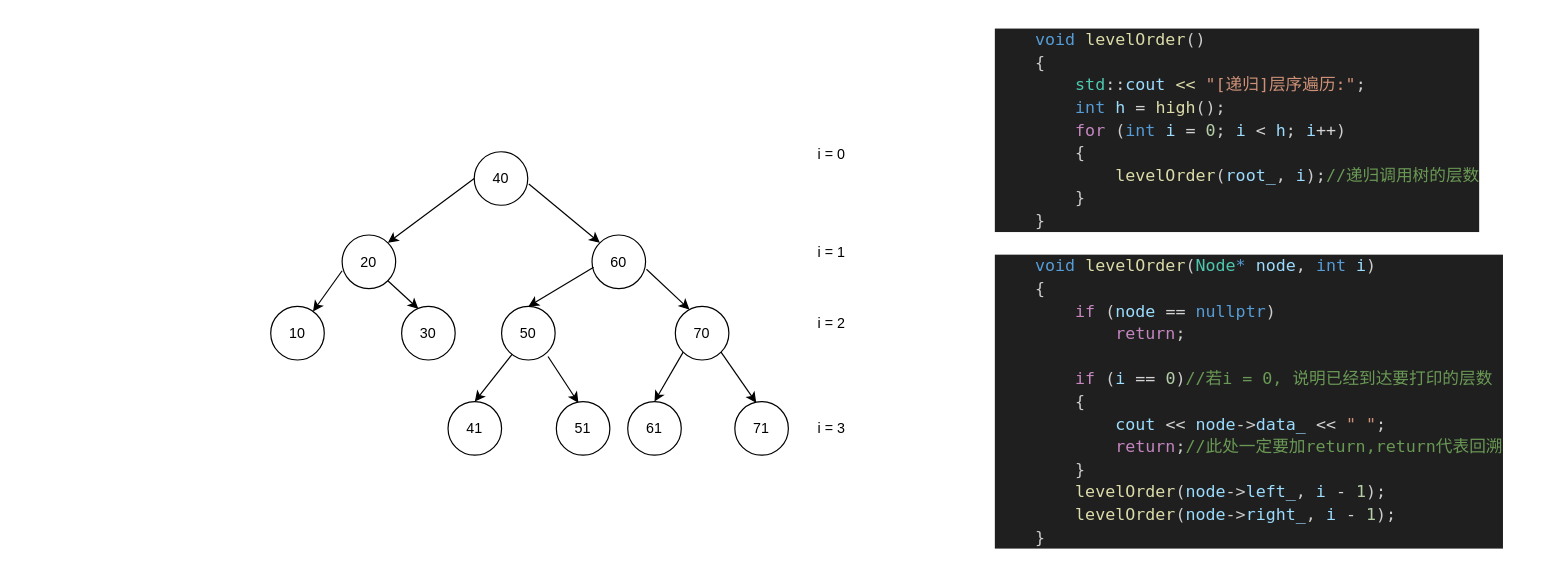
KJ-Falloutlast/draw_io keeps this draw.io diagram as algorithm.drawio. Above is the earlier version. Source tidied: cells renumbered, new cells numbered last; positions are measured from the earlier drawing's top-left corner, leaving out a move shared by most shapes. Both pictures are drawn from the tidied source at 119%, with x=0, y=0 at pixel (270, 20).
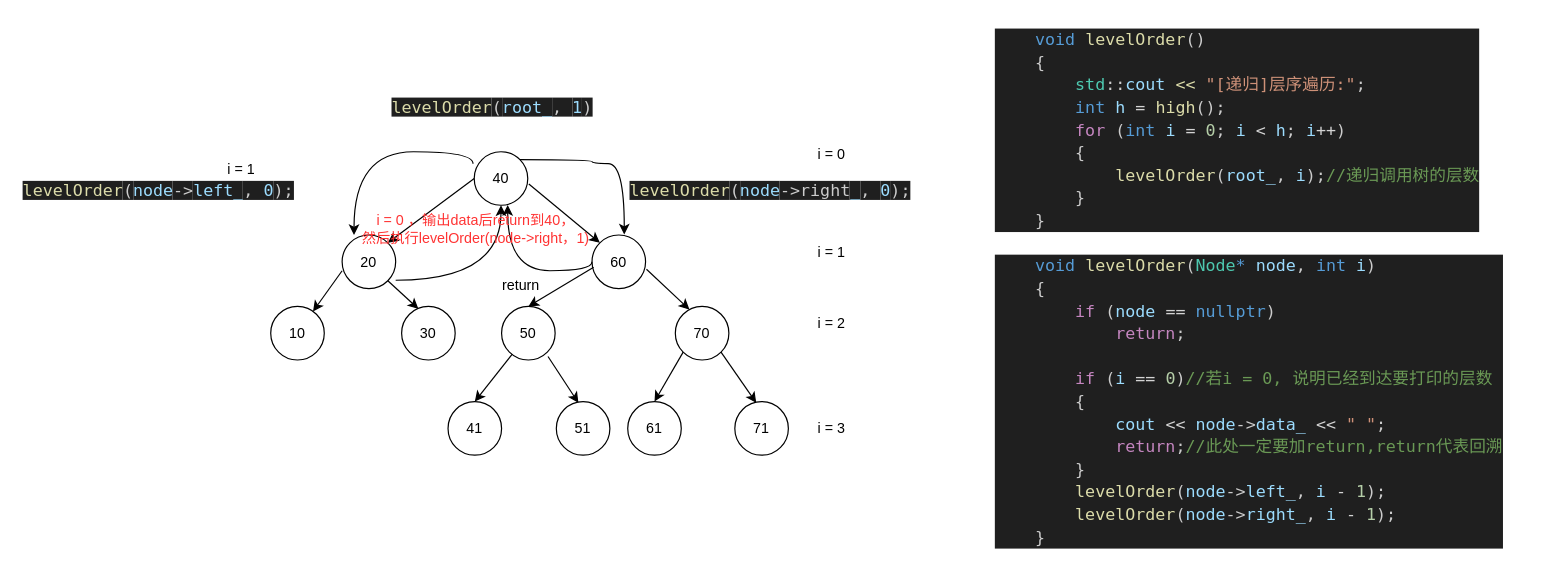
Above is the later version.

The change refers to these unchanged cells:
```xml
<mxCell id="2" value="40" style="ellipse;whiteSpace=wrap;html=1;" parent="1" vertex="1">
  <mxGeometry x="171" y="110" width="45" height="45" as="geometry" />
</mxCell>
<mxCell id="3" value="20" style="ellipse;whiteSpace=wrap;html=1;" parent="1" vertex="1">
  <mxGeometry x="60" y="180" width="45" height="45" as="geometry" />
</mxCell>
<mxCell id="4" value="60" style="ellipse;whiteSpace=wrap;html=1;" parent="1" vertex="1">
  <mxGeometry x="270" y="180" width="45" height="45" as="geometry" />
</mxCell>
```

What changed in the source:
```diff
@@
+    <mxCell id="30" style="endArrow=classic;html=1;rounded=0;entryX=0.222;entryY=0;entryDx=0;entryDy=0;edgeStyle=orthogonalEdgeStyle;curved=1;entryPerimeter=0;" parent="1" edge="1" target="3">
+      <mxGeometry relative="1" as="geometry">
+        <mxPoint x="170" y="120" as="sourcePoint" />
+        <Array as="points">
+          <mxPoint x="170" y="110" />
+          <mxPoint x="70" y="110" />
+        </Array>
+      </mxGeometry>
+    </mxCell>
+    <mxCell id="31" value="i = 1" style="text;html=1;align=center;verticalAlign=middle;strokeColor=none;fillColor=none;" parent="1" vertex="1">
+      <mxGeometry x="-50" y="110" width="50" height="30" as="geometry" />
+    </mxCell>
+    <mxCell id="32" value="&lt;span style=&quot;forced-color-adjust: none; font-family: &amp;quot;JetBrains Mono&amp;quot;, &amp;quot;Droid Sans Mono&amp;quot;, &amp;quot;monospace&amp;quot;, monospace; font-size: 14px; font-style: normal; font-variant-ligatures: normal; font-variant-caps: normal; font-weight: 400; letter-spacing: normal; orphans: 2; text-align: left; text-indent: 0px; text-transform: none; widows: 2; word-spacing: 0px; -webkit-text-stroke-width: 0px; white-space: pre; background-color: rgb(31, 31, 31); text-decoration-thickness: initial; text-decoration-style: initial; text-decoration-color: initial; color: rgb(220, 220, 170);&quot;&gt;levelOrder&lt;/span&gt;&lt;span style=&quot;forced-color-adjust: none; color: rgb(204, 204, 204); font-family: &amp;quot;JetBrains Mono&amp;quot;, &amp;quot;Droid Sans Mono&amp;quot;, &amp;quot;monospace&amp;quot;, monospace; font-size: 14px; font-style: normal; font-variant-ligatures: normal; font-variant-caps: normal; font-weight: 400; letter-spacing: normal; orphans: 2; text-align: left; text-indent: 0px; text-transform: none; widows: 2; word-spacing: 0px; -webkit-text-stroke-width: 0px; white-space: pre; background-color: rgb(31, 31, 31); text-decoration-thickness: initial; text-decoration-style: initial; text-decoration-color: initial;&quot;&gt;(&lt;/span&gt;&lt;span style=&quot;forced-color-adjust: none; font-family: &amp;quot;JetBrains Mono&amp;quot;, &amp;quot;Droid Sans Mono&amp;quot;, &amp;quot;monospace&amp;quot;, monospace; font-size: 14px; font-style: normal; font-variant-ligatures: normal; font-variant-caps: normal; font-weight: 400; letter-spacing: normal; orphans: 2; text-align: left; text-indent: 0px; text-transform: none; widows: 2; word-spacing: 0px; -webkit-text-stroke-width: 0px; white-space: pre; background-color: rgb(31, 31, 31); text-decoration-thickness: initial; text-decoration-style: initial; text-decoration-color: initial; color: rgb(156, 220, 254);&quot;&gt;root_&lt;/span&gt;&lt;span style=&quot;forced-color-adjust: none; color: rgb(204, 204, 204); font-family: &amp;quot;JetBrains Mono&amp;quot;, &amp;quot;Droid Sans Mono&amp;quot;, &amp;quot;monospace&amp;quot;, monospace; font-size: 14px; font-style: normal; font-variant-ligatures: normal; font-variant-caps: normal; font-weight: 400; letter-spacing: normal; orphans: 2; text-align: left; text-indent: 0px; text-transform: none; widows: 2; word-spacing: 0px; -webkit-text-stroke-width: 0px; white-space: pre; background-color: rgb(31, 31, 31); text-decoration-thickness: initial; text-decoration-style: initial; text-decoration-color: initial;&quot;&gt;, &lt;/span&gt;&lt;span style=&quot;forced-color-adjust: none; font-family: &amp;quot;JetBrains Mono&amp;quot;, &amp;quot;Droid Sans Mono&amp;quot;, &amp;quot;monospace&amp;quot;, monospace; font-size: 14px; font-style: normal; font-variant-ligatures: normal; font-variant-caps: normal; font-weight: 400; letter-spacing: normal; orphans: 2; text-align: left; text-indent: 0px; text-transform: none; widows: 2; word-spacing: 0px; -webkit-text-stroke-width: 0px; white-space: pre; background-color: rgb(31, 31, 31); text-decoration-thickness: initial; text-decoration-style: initial; text-decoration-color: initial;&quot;&gt;&lt;font color=&quot;#9cdcfe&quot;&gt;1&lt;/font&gt;&lt;/span&gt;&lt;span style=&quot;forced-color-adjust: none; color: rgb(204, 204, 204); font-family: &amp;quot;JetBrains Mono&amp;quot;, &amp;quot;Droid Sans Mono&amp;quot;, &amp;quot;monospace&amp;quot;, monospace; font-size: 14px; font-style: normal; font-variant-ligatures: normal; font-variant-caps: normal; font-weight: 400; letter-spacing: normal; orphans: 2; text-align: left; text-indent: 0px; text-transform: none; widows: 2; word-spacing: 0px; -webkit-text-stroke-width: 0px; white-space: pre; background-color: rgb(31, 31, 31); text-decoration-thickness: initial; text-decoration-style: initial; text-decoration-color: initial;&quot;&gt;)&lt;/span&gt;" style="text;whiteSpace=wrap;html=1;" parent="1" vertex="1">
+      <mxGeometry x="100" y="58" width="200" height="40" as="geometry" />
+    </mxCell>
+    <mxCell id="33" style="endArrow=classic;html=1;rounded=0;edgeStyle=orthogonalEdgeStyle;curved=1;entryX=0.5;entryY=1;entryDx=0;entryDy=0;" parent="1" edge="1" target="2">
+      <mxGeometry relative="1" as="geometry">
+        <mxPoint x="105" y="218" as="sourcePoint" />
+        <Array as="points">
+          <mxPoint x="194" y="218" />
+          <mxPoint x="194" y="155" />
+        </Array>
+      </mxGeometry>
+    </mxCell>
+    <mxCell id="34" style="endArrow=classic;html=1;rounded=0;entryX=0.602;entryY=-0.009;entryDx=0;entryDy=0;edgeStyle=orthogonalEdgeStyle;curved=1;entryPerimeter=0;exitX=1;exitY=0;exitDx=0;exitDy=0;" parent="1" edge="1" source="2" target="4">
+      <mxGeometry relative="1" as="geometry">
+        <Array as="points">
+          <mxPoint x="270" y="117" />
+          <mxPoint x="270" y="120" />
+          <mxPoint x="297" y="120" />
+        </Array>
+      </mxGeometry>
+    </mxCell>
+    <mxCell id="35" style="endArrow=classic;html=1;rounded=0;edgeStyle=orthogonalEdgeStyle;curved=1;entryX=0.625;entryY=0.995;entryDx=0;entryDy=0;entryPerimeter=0;exitX=0;exitY=0.5;exitDx=0;exitDy=0;" parent="1" edge="1" source="4" target="2">
+      <mxGeometry relative="1" as="geometry">
+        <Array as="points">
+          <mxPoint x="270" y="210" />
+          <mxPoint x="199" y="210" />
+        </Array>
+      </mxGeometry>
+    </mxCell>
+    <mxCell id="36" value="return" style="text;html=1;align=center;verticalAlign=middle;strokeColor=none;fillColor=none;" parent="1" vertex="1">
+      <mxGeometry x="180" y="208" width="60" height="30" as="geometry" />
+    </mxCell>
+    <mxCell id="37" value="&lt;span style=&quot;forced-color-adjust: none; font-family: &amp;quot;JetBrains Mono&amp;quot;, &amp;quot;Droid Sans Mono&amp;quot;, &amp;quot;monospace&amp;quot;, monospace; font-size: 14px; font-style: normal; font-variant-ligatures: normal; font-variant-caps: normal; font-weight: 400; letter-spacing: normal; orphans: 2; text-align: left; text-indent: 0px; text-transform: none; widows: 2; word-spacing: 0px; -webkit-text-stroke-width: 0px; white-space: pre; background-color: rgb(31, 31, 31); text-decoration-thickness: initial; text-decoration-style: initial; text-decoration-color: initial; color: rgb(220, 220, 170);&quot;&gt;levelOrder&lt;/span&gt;&lt;span style=&quot;forced-color-adjust: none; color: rgb(204, 204, 204); font-family: &amp;quot;JetBrains Mono&amp;quot;, &amp;quot;Droid Sans Mono&amp;quot;, &amp;quot;monospace&amp;quot;, monospace; font-size: 14px; font-style: normal; font-variant-ligatures: normal; font-variant-caps: normal; font-weight: 400; letter-spacing: normal; orphans: 2; text-align: left; text-indent: 0px; text-transform: none; widows: 2; word-spacing: 0px; -webkit-text-stroke-width: 0px; white-space: pre; background-color: rgb(31, 31, 31); text-decoration-thickness: initial; text-decoration-style: initial; text-decoration-color: initial;&quot;&gt;(&lt;/span&gt;&lt;span style=&quot;forced-color-adjust: none; font-family: &amp;quot;JetBrains Mono&amp;quot;, &amp;quot;Droid Sans Mono&amp;quot;, &amp;quot;monospace&amp;quot;, monospace; font-size: 14px; font-style: normal; font-variant-ligatures: normal; font-variant-caps: normal; font-weight: 400; letter-spacing: normal; orphans: 2; text-align: left; text-indent: 0px; text-transform: none; widows: 2; word-spacing: 0px; -webkit-text-stroke-width: 0px; white-space: pre; background-color: rgb(31, 31, 31); text-decoration-thickness: initial; text-decoration-style: initial; text-decoration-color: initial; color: rgb(156, 220, 254);&quot;&gt;node&lt;/span&gt;&lt;span style=&quot;forced-color-adjust: none; color: rgb(204, 204, 204); font-family: &amp;quot;JetBrains Mono&amp;quot;, &amp;quot;Droid Sans Mono&amp;quot;, &amp;quot;monospace&amp;quot;, monospace; font-size: 14px; font-style: normal; font-variant-ligatures: normal; font-variant-caps: normal; font-weight: 400; letter-spacing: normal; orphans: 2; text-align: left; text-indent: 0px; text-transform: none; widows: 2; word-spacing: 0px; -webkit-text-stroke-width: 0px; white-space: pre; background-color: rgb(31, 31, 31); text-decoration-thickness: initial; text-decoration-style: initial; text-decoration-color: initial;&quot;&gt;-&amp;gt;&lt;/span&gt;&lt;span style=&quot;forced-color-adjust: none; font-family: &amp;quot;JetBrains Mono&amp;quot;, &amp;quot;Droid Sans Mono&amp;quot;, &amp;quot;monospace&amp;quot;, monospace; font-size: 14px; font-style: normal; font-variant-ligatures: normal; font-variant-caps: normal; font-weight: 400; letter-spacing: normal; orphans: 2; text-align: left; text-indent: 0px; text-transform: none; widows: 2; word-spacing: 0px; -webkit-text-stroke-width: 0px; white-space: pre; background-color: rgb(31, 31, 31); text-decoration-thickness: initial; text-decoration-style: initial; text-decoration-color: initial; color: rgb(156, 220, 254);&quot;&gt;left_&lt;/span&gt;&lt;span style=&quot;forced-color-adjust: none; color: rgb(204, 204, 204); font-family: &amp;quot;JetBrains Mono&amp;quot;, &amp;quot;Droid Sans Mono&amp;quot;, &amp;quot;monospace&amp;quot;, monospace; font-size: 14px; font-style: normal; font-variant-ligatures: normal; font-variant-caps: normal; font-weight: 400; letter-spacing: normal; orphans: 2; text-align: left; text-indent: 0px; text-transform: none; widows: 2; word-spacing: 0px; -webkit-text-stroke-width: 0px; white-space: pre; background-color: rgb(31, 31, 31); text-decoration-thickness: initial; text-decoration-style: initial; text-decoration-color: initial;&quot;&gt;, &lt;/span&gt;&lt;span style=&quot;forced-color-adjust: none; font-family: &amp;quot;JetBrains Mono&amp;quot;, &amp;quot;Droid Sans Mono&amp;quot;, &amp;quot;monospace&amp;quot;, monospace; font-size: 14px; font-style: normal; font-variant-ligatures: normal; font-variant-caps: normal; font-weight: 400; letter-spacing: normal; orphans: 2; text-align: left; text-indent: 0px; text-transform: none; widows: 2; word-spacing: 0px; -webkit-text-stroke-width: 0px; white-space: pre; background-color: rgb(31, 31, 31); text-decoration-thickness: initial; text-decoration-style: initial; text-decoration-color: initial;&quot;&gt;&lt;font color=&quot;#9cdcfe&quot;&gt;0&lt;/font&gt;&lt;/span&gt;&lt;span style=&quot;forced-color-adjust: none; color: rgb(204, 204, 204); font-family: &amp;quot;JetBrains Mono&amp;quot;, &amp;quot;Droid Sans Mono&amp;quot;, &amp;quot;monospace&amp;quot;, monospace; font-size: 14px; font-style: normal; font-variant-ligatures: normal; font-variant-caps: normal; font-weight: 400; letter-spacing: normal; orphans: 2; text-align: left; text-indent: 0px; text-transform: none; widows: 2; word-spacing: 0px; -webkit-text-stroke-width: 0px; white-space: pre; background-color: rgb(31, 31, 31); text-decoration-thickness: initial; text-decoration-style: initial; text-decoration-color: initial;&quot;&gt;);&lt;/span&gt;" style="text;whiteSpace=wrap;html=1;" parent="1" vertex="1">
+      <mxGeometry x="-210" y="128" width="290" height="40" as="geometry" />
+    </mxCell>
+    <mxCell id="38" value="&lt;span style=&quot;forced-color-adjust: none; font-family: &amp;quot;JetBrains Mono&amp;quot;, &amp;quot;Droid Sans Mono&amp;quot;, &amp;quot;monospace&amp;quot;, monospace; font-size: 14px; font-style: normal; font-variant-ligatures: normal; font-variant-caps: normal; font-weight: 400; letter-spacing: normal; orphans: 2; text-align: left; text-indent: 0px; text-transform: none; widows: 2; word-spacing: 0px; -webkit-text-stroke-width: 0px; white-space: pre; background-color: rgb(31, 31, 31); text-decoration-thickness: initial; text-decoration-style: initial; text-decoration-color: initial; color: rgb(220, 220, 170);&quot;&gt;levelOrder&lt;/span&gt;&lt;span style=&quot;forced-color-adjust: none; color: rgb(204, 204, 204); font-family: &amp;quot;JetBrains Mono&amp;quot;, &amp;quot;Droid Sans Mono&amp;quot;, &amp;quot;monospace&amp;quot;, monospace; font-size: 14px; font-style: normal; font-variant-ligatures: normal; font-variant-caps: normal; font-weight: 400; letter-spacing: normal; orphans: 2; text-align: left; text-indent: 0px; text-transform: none; widows: 2; word-spacing: 0px; -webkit-text-stroke-width: 0px; white-space: pre; background-color: rgb(31, 31, 31); text-decoration-thickness: initial; text-decoration-style: initial; text-decoration-color: initial;&quot;&gt;(&lt;/span&gt;&lt;span style=&quot;forced-color-adjust: none; font-family: &amp;quot;JetBrains Mono&amp;quot;, &amp;quot;Droid Sans Mono&amp;quot;, &amp;quot;monospace&amp;quot;, monospace; font-size: 14px; font-style: normal; font-variant-ligatures: normal; font-variant-caps: normal; font-weight: 400; letter-spacing: normal; orphans: 2; text-align: left; text-indent: 0px; text-transform: none; widows: 2; word-spacing: 0px; -webkit-text-stroke-width: 0px; white-space: pre; background-color: rgb(31, 31, 31); text-decoration-thickness: initial; text-decoration-style: initial; text-decoration-color: initial; color: rgb(156, 220, 254);&quot;&gt;node&lt;/span&gt;&lt;span style=&quot;forced-color-adjust: none; color: rgb(204, 204, 204); font-family: &amp;quot;JetBrains Mono&amp;quot;, &amp;quot;Droid Sans Mono&amp;quot;, &amp;quot;monospace&amp;quot;, monospace; font-size: 14px; font-style: normal; font-variant-ligatures: normal; font-variant-caps: normal; font-weight: 400; letter-spacing: normal; orphans: 2; text-align: left; text-indent: 0px; text-transform: none; widows: 2; word-spacing: 0px; -webkit-text-stroke-width: 0px; white-space: pre; background-color: rgb(31, 31, 31); text-decoration-thickness: initial; text-decoration-style: initial; text-decoration-color: initial;&quot;&gt;-&amp;gt;right&lt;/span&gt;&lt;span style=&quot;forced-color-adjust: none; font-family: &amp;quot;JetBrains Mono&amp;quot;, &amp;quot;Droid Sans Mono&amp;quot;, &amp;quot;monospace&amp;quot;, monospace; font-size: 14px; font-style: normal; font-variant-ligatures: normal; font-variant-caps: normal; font-weight: 400; letter-spacing: normal; orphans: 2; text-align: left; text-indent: 0px; text-transform: none; widows: 2; word-spacing: 0px; -webkit-text-stroke-width: 0px; white-space: pre; background-color: rgb(31, 31, 31); text-decoration-thickness: initial; text-decoration-style: initial; text-decoration-color: initial; color: rgb(156, 220, 254);&quot;&gt;_&lt;/span&gt;&lt;span style=&quot;forced-color-adjust: none; color: rgb(204, 204, 204); font-family: &amp;quot;JetBrains Mono&amp;quot;, &amp;quot;Droid Sans Mono&amp;quot;, &amp;quot;monospace&amp;quot;, monospace; font-size: 14px; font-style: normal; font-variant-ligatures: normal; font-variant-caps: normal; font-weight: 400; letter-spacing: normal; orphans: 2; text-align: left; text-indent: 0px; text-transform: none; widows: 2; word-spacing: 0px; -webkit-text-stroke-width: 0px; white-space: pre; background-color: rgb(31, 31, 31); text-decoration-thickness: initial; text-decoration-style: initial; text-decoration-color: initial;&quot;&gt;, &lt;/span&gt;&lt;span style=&quot;forced-color-adjust: none; font-family: &amp;quot;JetBrains Mono&amp;quot;, &amp;quot;Droid Sans Mono&amp;quot;, &amp;quot;monospace&amp;quot;, monospace; font-size: 14px; font-style: normal; font-variant-ligatures: normal; font-variant-caps: normal; font-weight: 400; letter-spacing: normal; orphans: 2; text-align: left; text-indent: 0px; text-transform: none; widows: 2; word-spacing: 0px; -webkit-text-stroke-width: 0px; white-space: pre; background-color: rgb(31, 31, 31); text-decoration-thickness: initial; text-decoration-style: initial; text-decoration-color: initial;&quot;&gt;&lt;font color=&quot;#9cdcfe&quot;&gt;0&lt;/font&gt;&lt;/span&gt;&lt;span style=&quot;forced-color-adjust: none; color: rgb(204, 204, 204); font-family: &amp;quot;JetBrains Mono&amp;quot;, &amp;quot;Droid Sans Mono&amp;quot;, &amp;quot;monospace&amp;quot;, monospace; font-size: 14px; font-style: normal; font-variant-ligatures: normal; font-variant-caps: normal; font-weight: 400; letter-spacing: normal; orphans: 2; text-align: left; text-indent: 0px; text-transform: none; widows: 2; word-spacing: 0px; -webkit-text-stroke-width: 0px; white-space: pre; background-color: rgb(31, 31, 31); text-decoration-thickness: initial; text-decoration-style: initial; text-decoration-color: initial;&quot;&gt;);&lt;/span&gt;" style="text;whiteSpace=wrap;html=1;" parent="1" vertex="1">
+      <mxGeometry x="300" y="128" width="290" height="40" as="geometry" />
+    </mxCell>
+    <mxCell id="39" value="&lt;font color=&quot;#ff3333&quot;&gt;i = 0 ，输出data后return到40，&lt;/font&gt;&lt;div&gt;&lt;font color=&quot;#ff3333&quot;&gt;然后执行levelOrder(node-&amp;gt;right，1)&lt;/font&gt;&lt;/div&gt;" style="text;html=1;align=center;verticalAlign=middle;strokeColor=none;fillColor=none;" parent="1" vertex="1">
+      <mxGeometry x="61.5" y="155" width="220" height="40" as="geometry" />
+    </mxCell>
```
